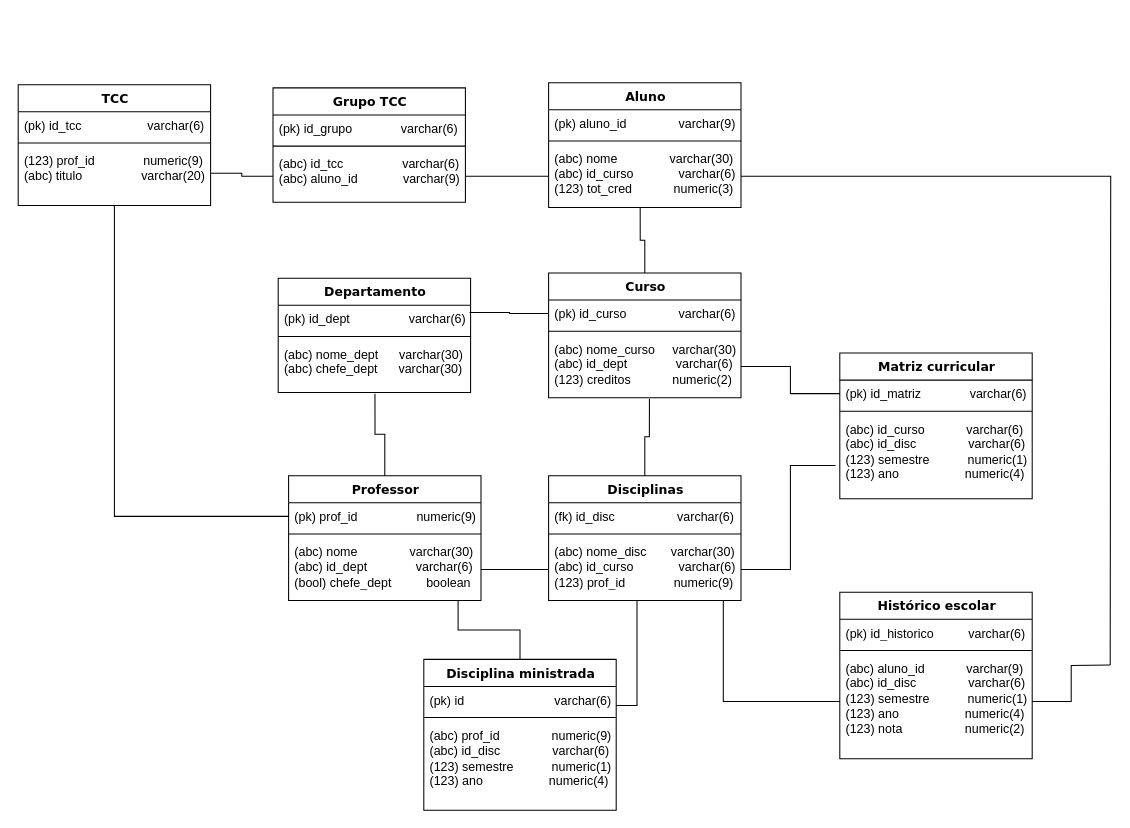
Before: Diagrama sem nome.drawio in PedroRocha03/proj_banco_de_dados, a draw.io diagram. Source tidied: cells renumbered, new cells numbered last; positions are measured from the earlier drawing's top-left corner, leaving out a move shared by most shapes. Both pictures are drawn from the tidied source at 104%, with x=0, y=0 at pixel (18, 18).
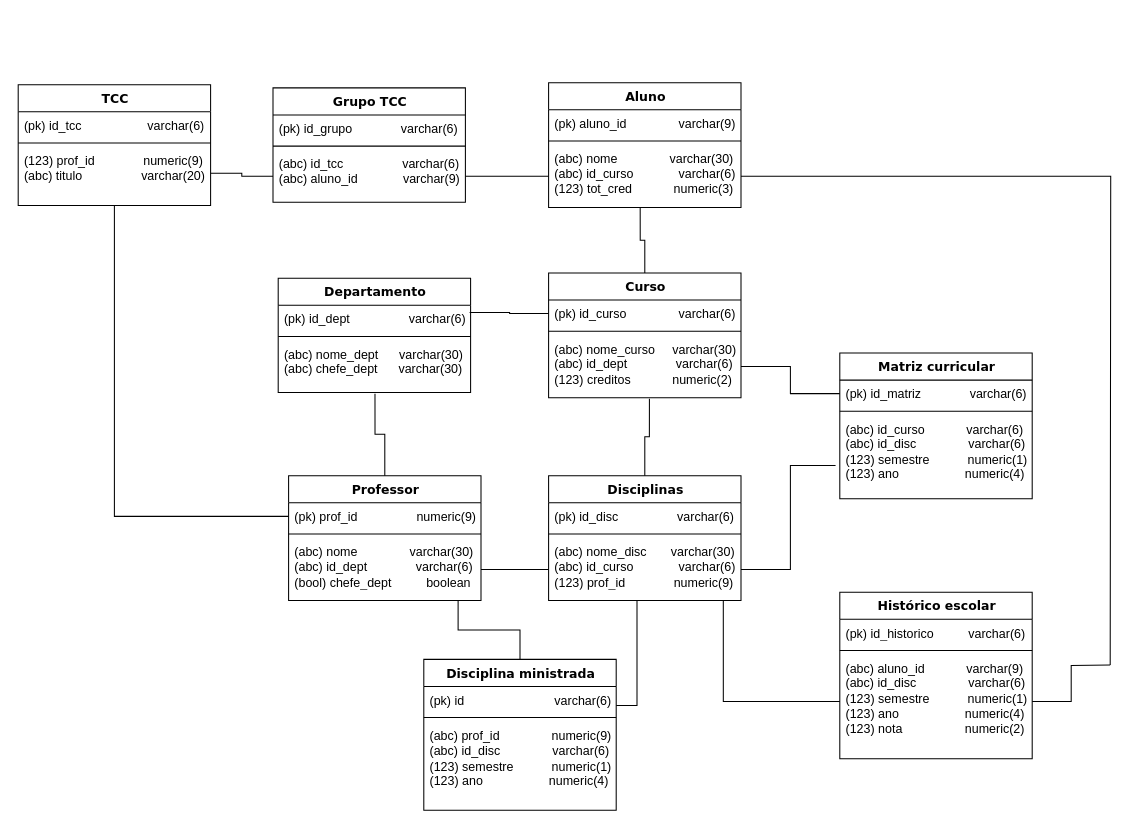
After the change.

Commit message:
Diagrama relacional

Unchanged cells that the change refers to:
```xml
<mxCell id="20" value="Disciplinas" style="swimlane;html=1;fontStyle=1;align=center;verticalAlign=top;horizontal=1;startSize=26;swimlaneFillColor=#ffffff;rounded=0;shadow=0;comic=0;labelBackgroundColor=none;strokeWidth=1;fillColor=none;fontFamily=Verdana;fontSize=12;" parent="1" vertex="1">
  <mxGeometry x="510" y="440" width="185" height="120" as="geometry" />
</mxCell>
```

What changed in the source:
```diff
@@
-    <mxCell id="21" value="(fk) id_disc&amp;nbsp; &amp;nbsp; &amp;nbsp; &amp;nbsp; &amp;nbsp; &amp;nbsp; &amp;nbsp; &amp;nbsp; &amp;nbsp; varchar(6)" style="text;html=1;strokeColor=none;fillColor=none;align=left;verticalAlign=top;spacingLeft=4;spacingRight=4;whiteSpace=wrap;overflow=hidden;" parent="20" vertex="1">
+    <mxCell id="21" value="(pk) id_disc&amp;nbsp; &amp;nbsp; &amp;nbsp; &amp;nbsp; &amp;nbsp; &amp;nbsp; &amp;nbsp; &amp;nbsp; &amp;nbsp;varchar(6)" style="text;html=1;strokeColor=none;fillColor=none;align=left;verticalAlign=top;spacingLeft=4;spacingRight=4;whiteSpace=wrap;overflow=hidden;" parent="20" vertex="1">
       <mxGeometry y="26" width="185" height="26" as="geometry" />
     </mxCell>
```
